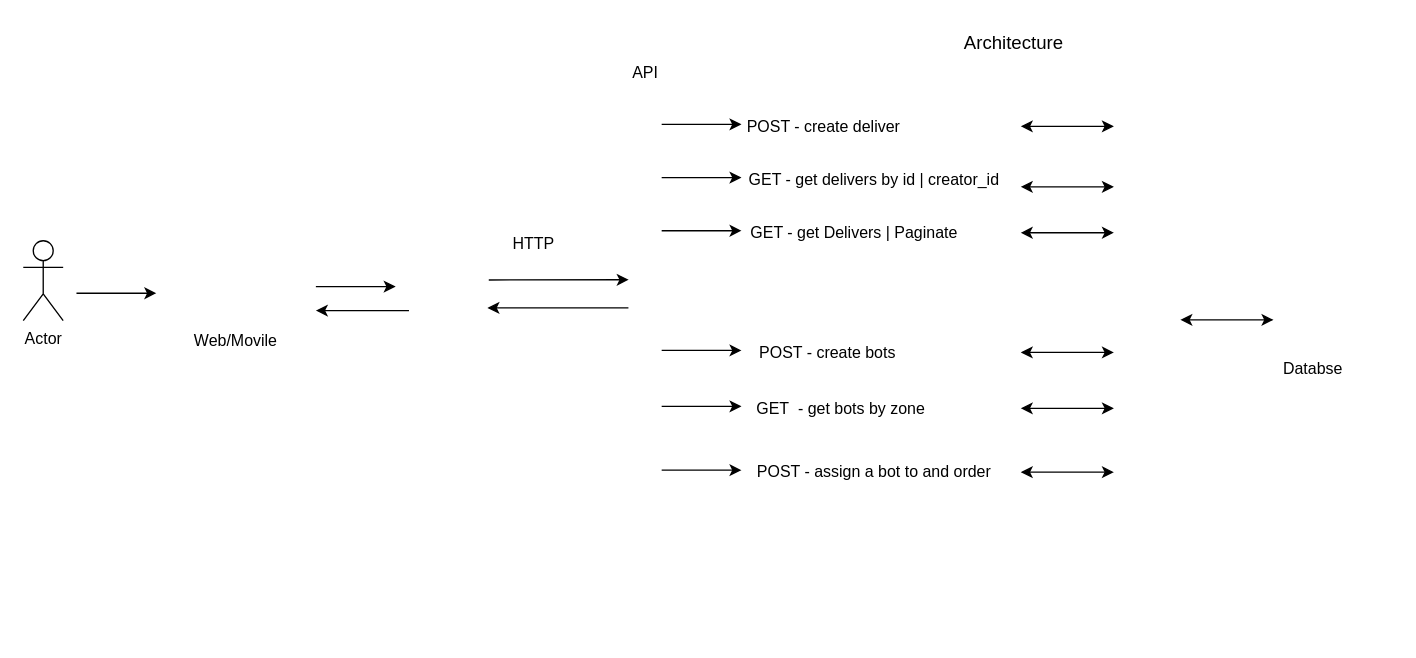
Above: docs/1-architecture.drawio in javieramayapat/kiwibots-api (draw.io), before the change. Source tidied: cells renumbered, new cells numbered last; positions are measured from the earlier drawing's top-left corner, leaving out a move shared by most shapes. Both pictures are drawn from the tidied source at 133%, with x=0, y=0 at pixel (23, 23).
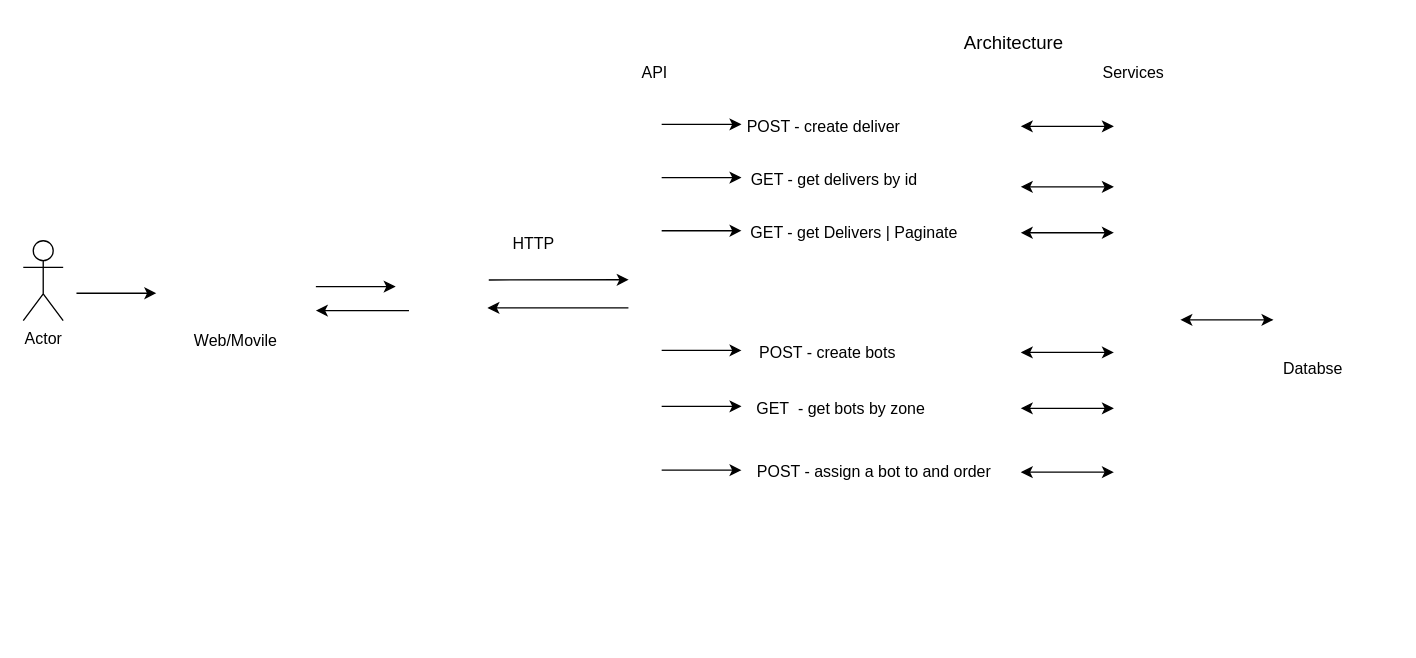
The same page after the edit.

The change refers to these unchanged cells:
```xml
<mxCell id="16" style="group;" parent="1" vertex="1">
  <mxGeometry x="480" y="103" width="260" height="30" as="geometry" />
</mxCell>
```

Diff of the diagram source:
```diff
@@
     <mxCell id="12" value="API" style="text;html=1;strokeColor=none;fillColor=none;align=center;verticalAlign=middle;whiteSpace=wrap;rounded=0;" parent="1" vertex="1">
-      <mxGeometry x="413" y="23" width="110" height="30" as="geometry" />
+      <mxGeometry x="420" y="23" width="110" height="30" as="geometry" />
     </mxCell>
@@
-    <mxCell id="18" value="GET - get delivers by id | creator_id" style="text;html=1;strokeColor=none;fillColor=none;align=center;verticalAlign=middle;whiteSpace=wrap;rounded=0;" parent="16" vertex="1">
-      <mxGeometry x="60" width="200" height="30" as="geometry" />
+    <mxCell id="18" value="GET - get delivers by id" style="text;html=1;strokeColor=none;fillColor=none;align=center;verticalAlign=middle;whiteSpace=wrap;rounded=0;" parent="16" vertex="1">
+      <mxGeometry x="55" width="150" height="30" as="geometry" />
     </mxCell>
@@
+    <mxCell id="46" value="Services" style="text;html=1;strokeColor=none;fillColor=none;align=center;verticalAlign=middle;whiteSpace=wrap;rounded=0;" parent="1" vertex="1">
+      <mxGeometry x="780" y="23" width="110" height="30" as="geometry" />
+    </mxCell>
```
